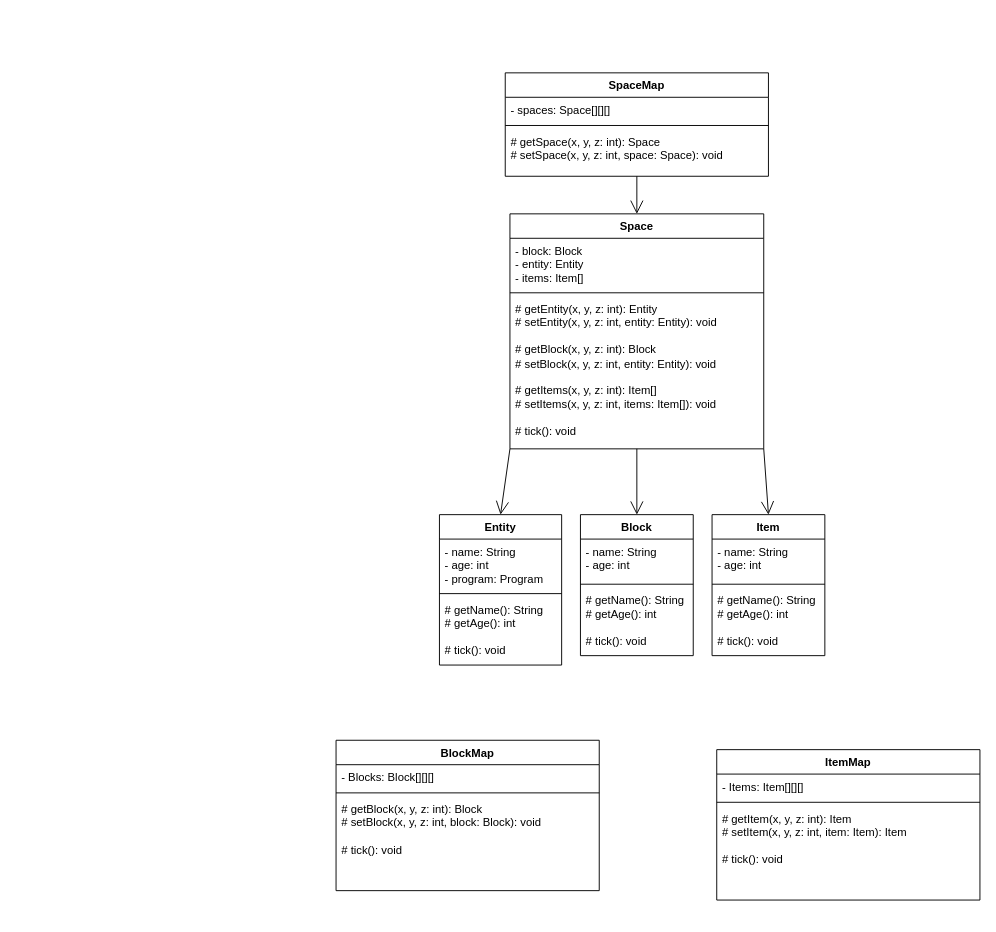
Above: Untitled Diagram.drawio in Scapsters/CCRetweaked (draw.io), before the change. Source tidied: cells renumbered, new cells numbered last; positions are measured from the earlier drawing's top-left corner, leaving out a move shared by most shapes. Both pictures are drawn from the tidied source at 94%, with x=0, y=0 at pixel (336, 72).
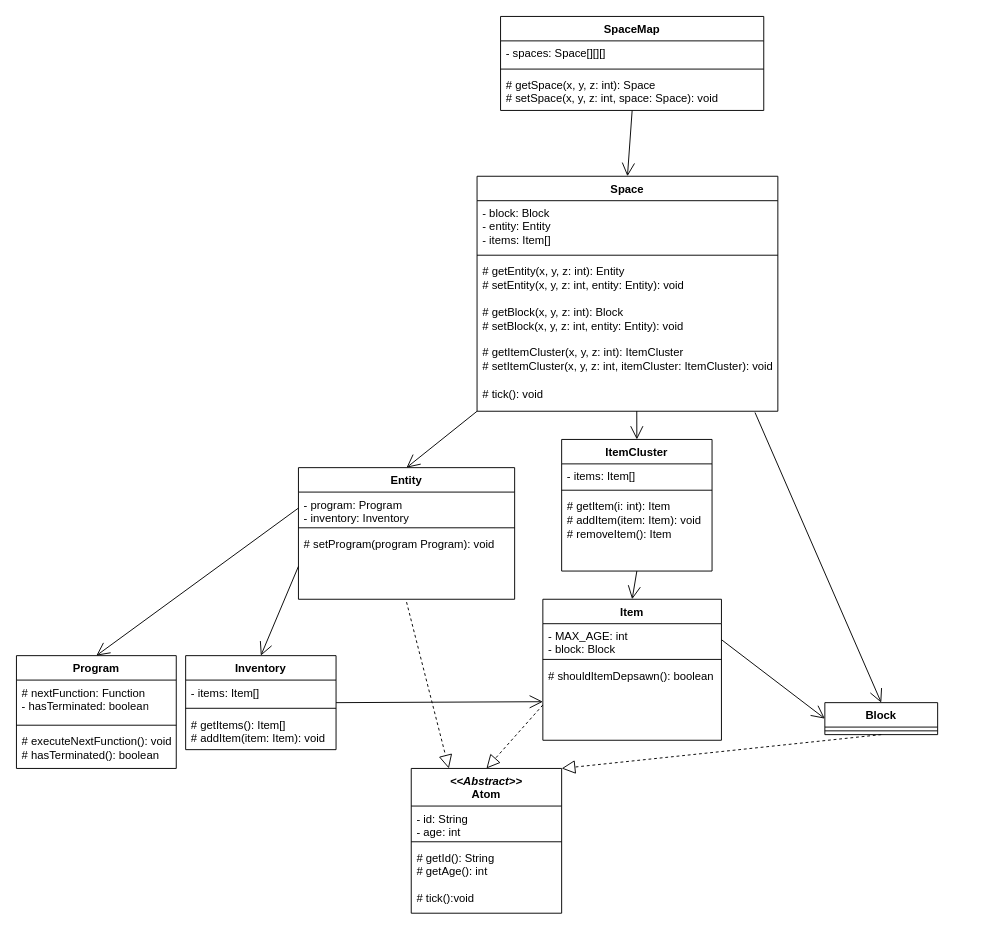
After the change.

Commit message:
Finish basic layour, not including asynchronicity

Diff of the diagram source:
```diff
@@
-    <mxCell id="2" value="&lt;div&gt;BlockMap&lt;br&gt;&lt;/div&gt;" style="swimlane;fontStyle=1;align=center;verticalAlign=top;horizontal=1;startSize=26;whiteSpace=wrap;html=1;" parent="1" vertex="1">
-      <mxGeometry y="710" width="280" height="160" as="geometry" />
-    </mxCell>
-    <mxCell id="3" value="&lt;div&gt;- Blocks: Block[][][]&lt;/div&gt;" style="text;strokeColor=none;fillColor=none;align=left;verticalAlign=top;spacingLeft=4;spacingRight=4;overflow=hidden;whiteSpace=wrap;html=1;" parent="2" vertex="1">
-      <mxGeometry y="26" width="280" height="26" as="geometry" />
-    </mxCell>
-    <mxCell id="4" style="line;strokeWidth=1;fillColor=none;align=left;verticalAlign=middle;spacingTop=-1;spacingLeft=3;spacingRight=3;labelPosition=right;strokeColor=inherit;" parent="2" vertex="1">
-      <mxGeometry y="52" width="280" height="8" as="geometry" />
-    </mxCell>
-    <mxCell id="5" value="&lt;div&gt;# getBlock(x, y, z: int): Block&lt;/div&gt;&lt;div&gt;# setBlock(x, y, z: int, block: Block): void&lt;/div&gt;&lt;div&gt;&lt;br&gt;&lt;/div&gt;&lt;div&gt;# tick(): void&lt;br&gt;&lt;/div&gt;" style="text;strokeColor=none;fillColor=none;align=left;verticalAlign=top;spacingLeft=4;spacingRight=4;overflow=hidden;whiteSpace=wrap;html=1;" parent="2" vertex="1">
-      <mxGeometry y="60" width="280" height="100" as="geometry" />
-    </mxCell>
     <mxCell id="6" value="SpaceMap" style="swimlane;fontStyle=1;align=center;verticalAlign=top;horizontal=1;startSize=26;whiteSpace=wrap;html=1;" parent="1" vertex="1">
-      <mxGeometry x="180" width="280" height="110" as="geometry" />
+      <mxGeometry x="175" y="-60" width="280" height="100" as="geometry" />
     </mxCell>
@@
     <mxCell id="9" value="&lt;div&gt;# getSpace(x, y, z: int): Space&lt;div&gt;# setSpace(x, y, z: int, space: Space): void&lt;/div&gt;&lt;/div&gt;" style="text;strokeColor=none;fillColor=none;align=left;verticalAlign=top;spacingLeft=4;spacingRight=4;overflow=hidden;whiteSpace=wrap;html=1;" parent="6" vertex="1">
-      <mxGeometry y="60" width="280" height="50" as="geometry" />
+      <mxGeometry y="60" width="280" height="40" as="geometry" />
     </mxCell>
-    <mxCell id="10" value="&lt;div&gt;ItemMap&lt;/div&gt;" style="swimlane;fontStyle=1;align=center;verticalAlign=top;horizontal=1;startSize=26;whiteSpace=wrap;html=1;" parent="1" vertex="1">
-      <mxGeometry x="405" y="720" width="280" height="160" as="geometry" />
-    </mxCell>
-    <mxCell id="11" value="- Items: Item[][][]" style="text;strokeColor=none;fillColor=none;align=left;verticalAlign=top;spacingLeft=4;spacingRight=4;overflow=hidden;whiteSpace=wrap;html=1;" parent="10" vertex="1">
-      <mxGeometry y="26" width="280" height="26" as="geometry" />
-    </mxCell>
-    <mxCell id="12" style="line;strokeWidth=1;fillColor=none;align=left;verticalAlign=middle;spacingTop=-1;spacingLeft=3;spacingRight=3;labelPosition=right;strokeColor=inherit;" parent="10" vertex="1">
-      <mxGeometry y="52" width="280" height="8" as="geometry" />
-    </mxCell>
-    <mxCell id="13" value="&lt;div&gt;# getItem(x, y, z: int): Item&lt;br&gt;&lt;/div&gt;&lt;div&gt;# setItem(x, y, z: int, item: Item): Item&lt;br&gt;&lt;/div&gt;&lt;div&gt;&lt;br&gt;&lt;/div&gt;&lt;div&gt;# tick(): void&lt;br&gt;&lt;/div&gt;" style="text;strokeColor=none;fillColor=none;align=left;verticalAlign=top;spacingLeft=4;spacingRight=4;overflow=hidden;whiteSpace=wrap;html=1;" parent="10" vertex="1">
-      <mxGeometry y="60" width="280" height="100" as="geometry" />
-    </mxCell>
     <mxCell id="14" value="Space" style="swimlane;fontStyle=1;align=center;verticalAlign=top;horizontal=1;startSize=26;whiteSpace=wrap;html=1;" parent="1" vertex="1">
-      <mxGeometry x="185" y="150" width="270" height="250" as="geometry" />
+      <mxGeometry x="150" y="110" width="320" height="250" as="geometry" />
     </mxCell>
     <mxCell id="15" value="&lt;div&gt;- block: Block&lt;/div&gt;&lt;div&gt;- entity: Entity&lt;br&gt;&lt;/div&gt;&lt;div&gt;- items: Item[]&lt;/div&gt;" style="text;strokeColor=none;fillColor=none;align=left;verticalAlign=top;spacingLeft=4;spacingRight=4;overflow=hidden;whiteSpace=wrap;html=1;" parent="14" vertex="1">
-      <mxGeometry y="26" width="270" height="54" as="geometry" />
+      <mxGeometry y="26" width="320" height="54" as="geometry" />
     </mxCell>
     <mxCell id="16" style="line;strokeWidth=1;fillColor=none;align=left;verticalAlign=middle;spacingTop=-1;spacingLeft=3;spacingRight=3;labelPosition=right;strokeColor=inherit;" parent="14" vertex="1">
-      <mxGeometry y="80" width="270" height="8" as="geometry" />
+      <mxGeometry y="80" width="320" height="8" as="geometry" />
     </mxCell>
-    <mxCell id="17" value="&lt;div&gt;# getEntity(x, y, z: int): Entity&lt;/div&gt;&lt;div&gt;# setEntity(x, y, z: int, entity: Entity): void&lt;/div&gt;&lt;div&gt;&lt;br&gt;&lt;/div&gt;&lt;div&gt;# getBlock(x, y, z: int): Block&lt;/div&gt;&lt;div&gt;# setBlock(x, y, z: int, entity: Entity): void&lt;/div&gt;&lt;div&gt;&lt;br&gt;&lt;/div&gt;&lt;div&gt;# getItems(x, y, z: int): Item[]&lt;/div&gt;&lt;div&gt;# setItems(x, y, z: int, items: Item[]): void&lt;br&gt;&lt;/div&gt;&lt;div&gt;&lt;br&gt;&lt;/div&gt;&lt;div&gt;# tick(): void&lt;br&gt;&lt;/div&gt;" style="text;strokeColor=none;fillColor=none;align=left;verticalAlign=top;spacingLeft=4;spacingRight=4;overflow=hidden;points=[[0,0.5],[1,0.5]];portConstraint=eastwest;whiteSpace=wrap;html=1;" parent="14" vertex="1">
-      <mxGeometry y="88" width="270" height="162" as="geometry" />
+    <mxCell id="17" value="&lt;div&gt;# getEntity(x, y, z: int): Entity&lt;/div&gt;&lt;div&gt;# setEntity(x, y, z: int, entity: Entity): void&lt;/div&gt;&lt;div&gt;&lt;br&gt;&lt;/div&gt;&lt;div&gt;# getBlock(x, y, z: int): Block&lt;/div&gt;&lt;div&gt;# setBlock(x, y, z: int, entity: Entity): void&lt;/div&gt;&lt;div&gt;&lt;br&gt;&lt;/div&gt;&lt;div&gt;# getItemCluster(x, y, z: int): ItemCluster&lt;/div&gt;&lt;div&gt;# setItemCluster(x, y, z: int, itemCluster: ItemCluster): void&lt;br&gt;&lt;/div&gt;&lt;div&gt;&lt;br&gt;&lt;/div&gt;&lt;div&gt;# tick(): void&lt;br&gt;&lt;/div&gt;" style="text;strokeColor=none;fillColor=none;align=left;verticalAlign=top;spacingLeft=4;spacingRight=4;overflow=hidden;points=[[0,0.5],[1,0.5]];portConstraint=eastwest;whiteSpace=wrap;html=1;" parent="14" vertex="1">
+      <mxGeometry y="88" width="320" height="162" as="geometry" />
     </mxCell>
     <mxCell id="18" value="Block" style="swimlane;fontStyle=1;align=center;verticalAlign=top;horizontal=1;startSize=26;whiteSpace=wrap;html=1;" parent="1" vertex="1">
-      <mxGeometry x="260" y="470" width="120" height="150" as="geometry" />
+      <mxGeometry x="520" y="670" width="120" height="34" as="geometry" />
     </mxCell>
-    <mxCell id="19" value="&lt;div&gt;- name: String&lt;/div&gt;&lt;div&gt;- age: int&lt;/div&gt;&lt;div&gt;&lt;br&gt;&lt;/div&gt;" style="text;strokeColor=none;fillColor=none;align=left;verticalAlign=top;spacingLeft=4;spacingRight=4;overflow=hidden;whiteSpace=wrap;html=1;" parent="18" vertex="1">
-      <mxGeometry y="26" width="120" height="44" as="geometry" />
-    </mxCell>
     <mxCell id="20" style="line;strokeWidth=1;fillColor=none;align=left;verticalAlign=middle;spacingTop=-1;spacingLeft=3;spacingRight=3;labelPosition=right;strokeColor=inherit;" parent="18" vertex="1">
-      <mxGeometry y="70" width="120" height="8" as="geometry" />
+      <mxGeometry y="26" width="120" height="8" as="geometry" />
     </mxCell>
-    <mxCell id="21" value="&lt;div&gt;# getName(): String&lt;/div&gt;&lt;div&gt;# getAge(): int&lt;br&gt;&lt;/div&gt;&lt;div&gt;&lt;br&gt;&lt;/div&gt;&lt;div&gt;# tick(): void&lt;br&gt;&lt;/div&gt;" style="text;strokeColor=none;fillColor=none;align=left;verticalAlign=top;spacingLeft=4;spacingRight=4;overflow=hidden;whiteSpace=wrap;html=1;" parent="18" vertex="1">
-      <mxGeometry y="78" width="120" height="72" as="geometry" />
-    </mxCell>
     <mxCell id="22" value="Entity" style="swimlane;fontStyle=1;align=center;verticalAlign=top;horizontal=1;startSize=26;whiteSpace=wrap;html=1;" parent="1" vertex="1">
-      <mxGeometry x="110" y="470" width="130" height="160" as="geometry" />
+      <mxGeometry x="-40" y="420" width="230" height="140" as="geometry" />
     </mxCell>
-    <mxCell id="23" value="&lt;div&gt;- name: String&lt;/div&gt;&lt;div&gt;- age: int&lt;/div&gt;&lt;div&gt;- program: Program&lt;br&gt;&lt;/div&gt;" style="text;strokeColor=none;fillColor=none;align=left;verticalAlign=top;spacingLeft=4;spacingRight=4;overflow=hidden;points=[[0,0.5],[1,0.5]];portConstraint=eastwest;whiteSpace=wrap;html=1;" parent="22" vertex="1">
-      <mxGeometry y="26" width="130" height="54" as="geometry" />
+    <mxCell id="23" value="&lt;div&gt;- program: Program&lt;br&gt;&lt;/div&gt;&lt;div&gt;- inventory: Inventory&lt;br&gt;&lt;/div&gt;" style="text;strokeColor=none;fillColor=none;align=left;verticalAlign=top;spacingLeft=4;spacingRight=4;overflow=hidden;points=[[0,0.5],[1,0.5]];portConstraint=eastwest;whiteSpace=wrap;html=1;" parent="22" vertex="1">
+      <mxGeometry y="26" width="230" height="34" as="geometry" />
     </mxCell>
     <mxCell id="24" style="line;strokeWidth=1;fillColor=none;align=left;verticalAlign=middle;spacingTop=-1;spacingLeft=3;spacingRight=3;labelPosition=right;strokeColor=inherit;" parent="22" vertex="1">
-      <mxGeometry y="80" width="130" height="8" as="geometry" />
+      <mxGeometry y="60" width="230" height="8" as="geometry" />
     </mxCell>
-    <mxCell id="25" value="&lt;div&gt;# getName(): String&lt;/div&gt;&lt;div&gt;# getAge(): int&lt;br&gt;&lt;/div&gt;&lt;div&gt;&lt;br&gt;&lt;/div&gt;&lt;div&gt;# tick(): void&lt;br&gt;&lt;/div&gt;" style="text;strokeColor=none;fillColor=none;align=left;verticalAlign=top;spacingLeft=4;spacingRight=4;overflow=hidden;points=[[0,0.5],[1,0.5]];portConstraint=eastwest;whiteSpace=wrap;html=1;" parent="22" vertex="1">
-      <mxGeometry y="88" width="130" height="72" as="geometry" />
+    <mxCell id="25" value="# setProgram(program Program): void" style="text;strokeColor=none;fillColor=none;align=left;verticalAlign=top;spacingLeft=4;spacingRight=4;overflow=hidden;points=[[0,0.5],[1,0.5]];portConstraint=eastwest;whiteSpace=wrap;html=1;" parent="22" vertex="1">
+      <mxGeometry y="68" width="230" height="72" as="geometry" />
     </mxCell>
     <mxCell id="26" value="Item" style="swimlane;fontStyle=1;align=center;verticalAlign=top;horizontal=1;startSize=26;whiteSpace=wrap;html=1;" parent="1" vertex="1">
-      <mxGeometry x="400" y="470" width="120" height="150" as="geometry" />
+      <mxGeometry x="220" y="560" width="190" height="150" as="geometry" />
     </mxCell>
-    <mxCell id="27" value="&lt;div&gt;- name: String&lt;/div&gt;&lt;div&gt;- age: int&lt;/div&gt;&lt;div&gt;&lt;br&gt;&lt;/div&gt;" style="text;strokeColor=none;fillColor=none;align=left;verticalAlign=top;spacingLeft=4;spacingRight=4;overflow=hidden;points=[[0,0.5],[1,0.5]];portConstraint=eastwest;whiteSpace=wrap;html=1;" parent="26" vertex="1">
-      <mxGeometry y="26" width="120" height="44" as="geometry" />
+    <mxCell id="27" value="&lt;div&gt;- MAX_AGE: int&lt;/div&gt;&lt;div&gt;- block: Block&lt;br&gt;&lt;/div&gt;" style="text;strokeColor=none;fillColor=none;align=left;verticalAlign=top;spacingLeft=4;spacingRight=4;overflow=hidden;points=[[0,0.5],[1,0.5]];portConstraint=eastwest;whiteSpace=wrap;html=1;" parent="26" vertex="1">
+      <mxGeometry y="26" width="190" height="34" as="geometry" />
     </mxCell>
     <mxCell id="28" style="line;strokeWidth=1;fillColor=none;align=left;verticalAlign=middle;spacingTop=-1;spacingLeft=3;spacingRight=3;labelPosition=right;strokeColor=inherit;" parent="26" vertex="1">
-      <mxGeometry y="70" width="120" height="8" as="geometry" />
+      <mxGeometry y="60" width="190" height="8" as="geometry" />
     </mxCell>
-    <mxCell id="29" value="&lt;div&gt;# getName(): String&lt;/div&gt;&lt;div&gt;# getAge(): int&lt;br&gt;&lt;/div&gt;&lt;div&gt;&lt;br&gt;&lt;/div&gt;&lt;div&gt;# tick(): void&lt;br&gt;&lt;/div&gt;" style="text;strokeColor=none;fillColor=none;align=left;verticalAlign=top;spacingLeft=4;spacingRight=4;overflow=hidden;points=[[0,0.5],[1,0.5]];portConstraint=eastwest;whiteSpace=wrap;html=1;" parent="26" vertex="1">
-      <mxGeometry y="78" width="120" height="72" as="geometry" />
+    <mxCell id="29" value="# shouldItemDepsawn(): boolean" style="text;strokeColor=none;fillColor=none;align=left;verticalAlign=top;spacingLeft=4;spacingRight=4;overflow=hidden;points=[[0,0.5],[1,0.5]];portConstraint=eastwest;whiteSpace=wrap;html=1;" parent="26" vertex="1">
+      <mxGeometry y="68" width="190" height="82" as="geometry" />
     </mxCell>
-    <mxCell id="30" style="endArrow=open;endFill=1;endSize=12;html=1;rounded=0;exitX=1;exitY=1;exitDx=0;exitDy=0;entryX=0.5;entryY=0;entryDx=0;entryDy=0;" parent="1" edge="1" source="14" target="26">
-      <mxGeometry relative="1" as="geometry" />
-    </mxCell>
+    <mxCell id="34" value="&lt;div&gt;&lt;br&gt;&lt;/div&gt;&lt;div&gt;&lt;br&gt;&lt;/div&gt;" style="text;strokeColor=none;fillColor=none;align=left;verticalAlign=top;spacingLeft=4;spacingRight=4;overflow=hidden;whiteSpace=wrap;html=1;" parent="26" vertex="1">
+      <mxGeometry y="150" width="190" as="geometry" />
+    </mxCell>
-    <mxCell id="31" style="endArrow=open;endFill=1;endSize=12;html=1;rounded=0;entryX=0.5;entryY=0;entryDx=0;entryDy=0;exitX=0.5;exitY=1;exitDx=0;exitDy=0;" parent="1" edge="1" source="14" target="18">
+    <mxCell id="31" style="endArrow=open;endFill=1;endSize=12;html=1;rounded=0;entryX=0.5;entryY=0;entryDx=0;entryDy=0;exitX=0.924;exitY=1.008;exitDx=0;exitDy=0;exitPerimeter=0;" parent="1" edge="1" source="17" target="18">
       <mxGeometry relative="1" as="geometry" />
     </mxCell>
@@
+    <mxCell id="35" value="&lt;div&gt;&lt;i&gt;&amp;lt;&amp;lt;Abstract&amp;gt;&amp;gt;&lt;/i&gt;&lt;br&gt;&lt;/div&gt;&lt;div&gt;Atom&lt;/div&gt;" style="swimlane;fontStyle=1;align=center;verticalAlign=top;horizontal=1;startSize=40;whiteSpace=wrap;html=1;" parent="1" vertex="1">
+      <mxGeometry x="80" y="740" width="160" height="154" as="geometry" />
+    </mxCell>
+    <mxCell id="36" value="&lt;div&gt;- id: String&lt;/div&gt;&lt;div&gt;- age: int&lt;br&gt;&lt;/div&gt;" style="text;strokeColor=none;fillColor=none;align=left;verticalAlign=top;spacingLeft=4;spacingRight=4;overflow=hidden;whiteSpace=wrap;html=1;" parent="35" vertex="1">
+      <mxGeometry y="40" width="160" height="34" as="geometry" />
+    </mxCell>
+    <mxCell id="37" style="line;strokeWidth=1;fillColor=none;align=left;verticalAlign=middle;spacingTop=-1;spacingLeft=3;spacingRight=3;labelPosition=right;strokeColor=inherit;" parent="35" vertex="1">
+      <mxGeometry y="74" width="160" height="8" as="geometry" />
+    </mxCell>
+    <mxCell id="38" value="&lt;div&gt;# getId(): String&lt;/div&gt;&lt;div&gt;# getAge(): int&lt;/div&gt;&lt;div&gt;&lt;br&gt;&lt;/div&gt;&lt;div&gt;# tick():void&lt;br&gt;&lt;/div&gt;" style="text;strokeColor=none;fillColor=none;align=left;verticalAlign=top;spacingLeft=4;spacingRight=4;overflow=hidden;whiteSpace=wrap;html=1;" parent="35" vertex="1">
+      <mxGeometry y="82" width="160" height="72" as="geometry" />
+    </mxCell>
+    <mxCell id="39" style="endArrow=block;dashed=1;endFill=0;endSize=12;html=1;rounded=0;exitX=0.5;exitY=1.042;exitDx=0;exitDy=0;exitPerimeter=0;entryX=0.25;entryY=0;entryDx=0;entryDy=0;" parent="1" edge="1" source="25" target="35">
+      <mxGeometry relative="1" as="geometry" />
+    </mxCell>
+    <mxCell id="40" style="endArrow=block;dashed=1;endFill=0;endSize=12;html=1;rounded=0;exitX=0.5;exitY=1;exitDx=0;exitDy=0;entryX=1;entryY=0;entryDx=0;entryDy=0;" parent="1" edge="1" source="18" target="35">
+      <mxGeometry relative="1" as="geometry" />
+    </mxCell>
+    <mxCell id="41" style="endArrow=block;dashed=1;endFill=0;endSize=12;html=1;rounded=0;entryX=0.5;entryY=0;entryDx=0;entryDy=0;exitX=0;exitY=0.75;exitDx=0;exitDy=0;" parent="1" edge="1" source="26" target="35">
+      <mxGeometry relative="1" as="geometry" />
+    </mxCell>
+    <mxCell id="42" value="ItemCluster" style="swimlane;fontStyle=1;align=center;verticalAlign=top;horizontal=1;startSize=26;whiteSpace=wrap;html=1;" parent="1" vertex="1">
+      <mxGeometry x="240" y="390" width="160" height="140" as="geometry" />
+    </mxCell>
+    <mxCell id="43" value="- items: Item[]" style="text;strokeColor=none;fillColor=none;align=left;verticalAlign=top;spacingLeft=4;spacingRight=4;overflow=hidden;whiteSpace=wrap;html=1;" parent="42" vertex="1">
+      <mxGeometry y="26" width="160" height="24" as="geometry" />
+    </mxCell>
+    <mxCell id="44" style="line;strokeWidth=1;fillColor=none;align=left;verticalAlign=middle;spacingTop=-1;spacingLeft=3;spacingRight=3;labelPosition=right;strokeColor=inherit;" parent="42" vertex="1">
+      <mxGeometry y="50" width="160" height="8" as="geometry" />
+    </mxCell>
+    <mxCell id="45" value="&lt;div&gt;# getItem(i: int): Item&lt;/div&gt;&lt;div&gt;# addItem(item: Item): void&lt;/div&gt;&lt;div&gt;# removeItem(): Item&lt;br&gt;&lt;/div&gt;" style="text;strokeColor=none;fillColor=none;align=left;verticalAlign=top;spacingLeft=4;spacingRight=4;overflow=hidden;whiteSpace=wrap;html=1;" parent="42" vertex="1">
+      <mxGeometry y="58" width="160" height="82" as="geometry" />
+    </mxCell>
+    <mxCell id="46" value="&lt;div&gt;&lt;br&gt;&lt;/div&gt;&lt;div&gt;&lt;br&gt;&lt;/div&gt;" style="text;strokeColor=none;fillColor=none;align=left;verticalAlign=top;spacingLeft=4;spacingRight=4;overflow=hidden;whiteSpace=wrap;html=1;" parent="42" vertex="1">
+      <mxGeometry y="140" width="160" as="geometry" />
+    </mxCell>
+    <mxCell id="47" style="endArrow=open;endFill=1;endSize=12;html=1;rounded=0;exitX=0.5;exitY=1;exitDx=0;exitDy=0;entryX=0.5;entryY=0;entryDx=0;entryDy=0;" parent="1" edge="1" source="42" target="26">
+      <mxGeometry relative="1" as="geometry" />
+    </mxCell>
+    <mxCell id="48" style="endArrow=open;endFill=1;endSize=12;html=1;rounded=0;entryX=0.5;entryY=0;entryDx=0;entryDy=0;exitX=0.531;exitY=0.999;exitDx=0;exitDy=0;exitPerimeter=0;" parent="1" edge="1" source="17" target="42">
+      <mxGeometry relative="1" as="geometry" />
+    </mxCell>
+    <mxCell id="49" value="Program" style="swimlane;fontStyle=1;align=center;verticalAlign=top;horizontal=1;startSize=26;whiteSpace=wrap;html=1;" parent="1" vertex="1">
+      <mxGeometry x="-340" y="620" width="170" height="120" as="geometry" />
+    </mxCell>
+    <mxCell id="50" value="&lt;div&gt;# nextFunction: Function&lt;/div&gt;&lt;div&gt;- hasTerminated: boolean&lt;br&gt;&lt;/div&gt;" style="text;strokeColor=none;fillColor=none;align=left;verticalAlign=top;spacingLeft=4;spacingRight=4;overflow=hidden;whiteSpace=wrap;html=1;" parent="49" vertex="1">
+      <mxGeometry y="26" width="170" height="44" as="geometry" />
+    </mxCell>
+    <mxCell id="51" style="line;strokeWidth=1;fillColor=none;align=left;verticalAlign=middle;spacingTop=-1;spacingLeft=3;spacingRight=3;labelPosition=right;strokeColor=inherit;" parent="49" vertex="1">
+      <mxGeometry y="70" width="170" height="8" as="geometry" />
+    </mxCell>
+    <mxCell id="52" value="&lt;div&gt;# executeNextFunction(): void&lt;/div&gt;&lt;div&gt;# hasTerminated(): boolean&lt;br&gt;&lt;/div&gt;" style="text;strokeColor=none;fillColor=none;align=left;verticalAlign=top;spacingLeft=4;spacingRight=4;overflow=hidden;whiteSpace=wrap;html=1;" parent="49" vertex="1">
+      <mxGeometry y="78" width="170" height="42" as="geometry" />
+    </mxCell>
+    <mxCell id="53" style="endArrow=open;endFill=1;endSize=12;html=1;rounded=0;exitX=0;exitY=0.5;exitDx=0;exitDy=0;entryX=0.5;entryY=0;entryDx=0;entryDy=0;" parent="1" edge="1" source="23" target="49">
+      <mxGeometry relative="1" as="geometry" />
+    </mxCell>
+    <mxCell id="54" value="Inventory" style="swimlane;fontStyle=1;align=center;verticalAlign=top;horizontal=1;startSize=26;whiteSpace=wrap;html=1;" parent="1" vertex="1">
+      <mxGeometry x="-160" y="620" width="160" height="100" as="geometry" />
+    </mxCell>
+    <mxCell id="55" value="- items: Item[]" style="text;strokeColor=none;fillColor=none;align=left;verticalAlign=top;spacingLeft=4;spacingRight=4;overflow=hidden;whiteSpace=wrap;html=1;" parent="54" vertex="1">
+      <mxGeometry y="26" width="160" height="26" as="geometry" />
+    </mxCell>
+    <mxCell id="56" style="line;strokeWidth=1;fillColor=none;align=left;verticalAlign=middle;spacingTop=-1;spacingLeft=3;spacingRight=3;labelPosition=right;strokeColor=inherit;" parent="54" vertex="1">
+      <mxGeometry y="52" width="160" height="8" as="geometry" />
+    </mxCell>
+    <mxCell id="57" value="&lt;div&gt;# getItems(): Item[]&lt;br&gt;&lt;/div&gt;&lt;div&gt;# addItem(item: Item): void&lt;/div&gt;" style="text;strokeColor=none;fillColor=none;align=left;verticalAlign=top;spacingLeft=4;spacingRight=4;overflow=hidden;whiteSpace=wrap;html=1;" parent="54" vertex="1">
+      <mxGeometry y="60" width="160" height="40" as="geometry" />
+    </mxCell>
+    <mxCell id="58" style="endArrow=open;endFill=1;endSize=12;html=1;rounded=0;exitX=1;exitY=0.5;exitDx=0;exitDy=0;entryX=0;entryY=0.5;entryDx=0;entryDy=0;" parent="1" edge="1" source="27" target="18">
+      <mxGeometry relative="1" as="geometry" />
+    </mxCell>
+    <mxCell id="59" style="endArrow=open;endFill=1;endSize=12;html=1;rounded=0;entryX=0.5;entryY=0;entryDx=0;entryDy=0;exitX=0;exitY=0.75;exitDx=0;exitDy=0;" parent="1" edge="1" source="22" target="54">
+      <mxGeometry relative="1" as="geometry" />
+    </mxCell>
+    <mxCell id="60" style="endArrow=open;endFill=1;endSize=12;html=1;rounded=0;exitX=1;exitY=0.5;exitDx=0;exitDy=0;entryX=0;entryY=0.5;entryDx=0;entryDy=0;" parent="1" edge="1" source="54" target="29">
+      <mxGeometry relative="1" as="geometry" />
+    </mxCell>
```
